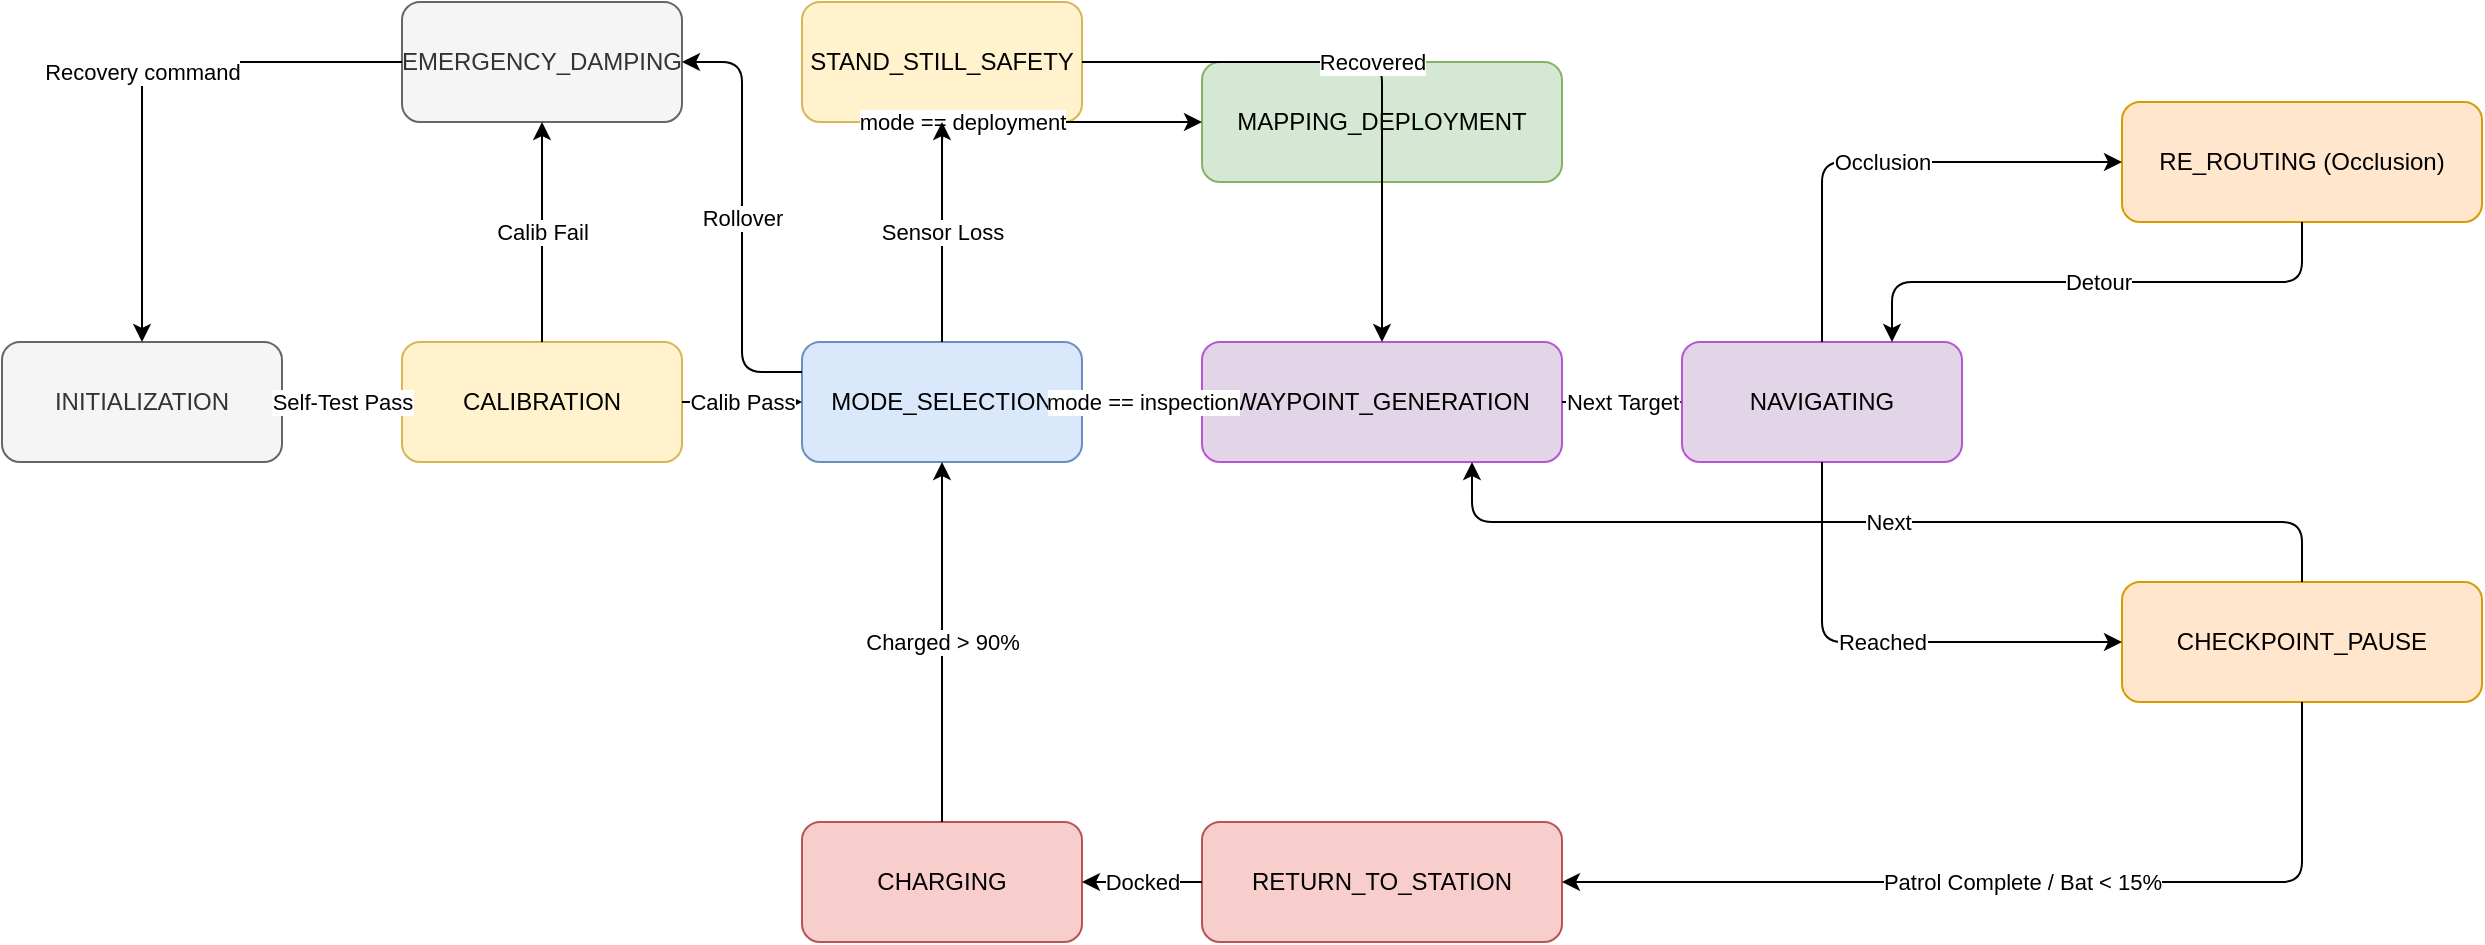
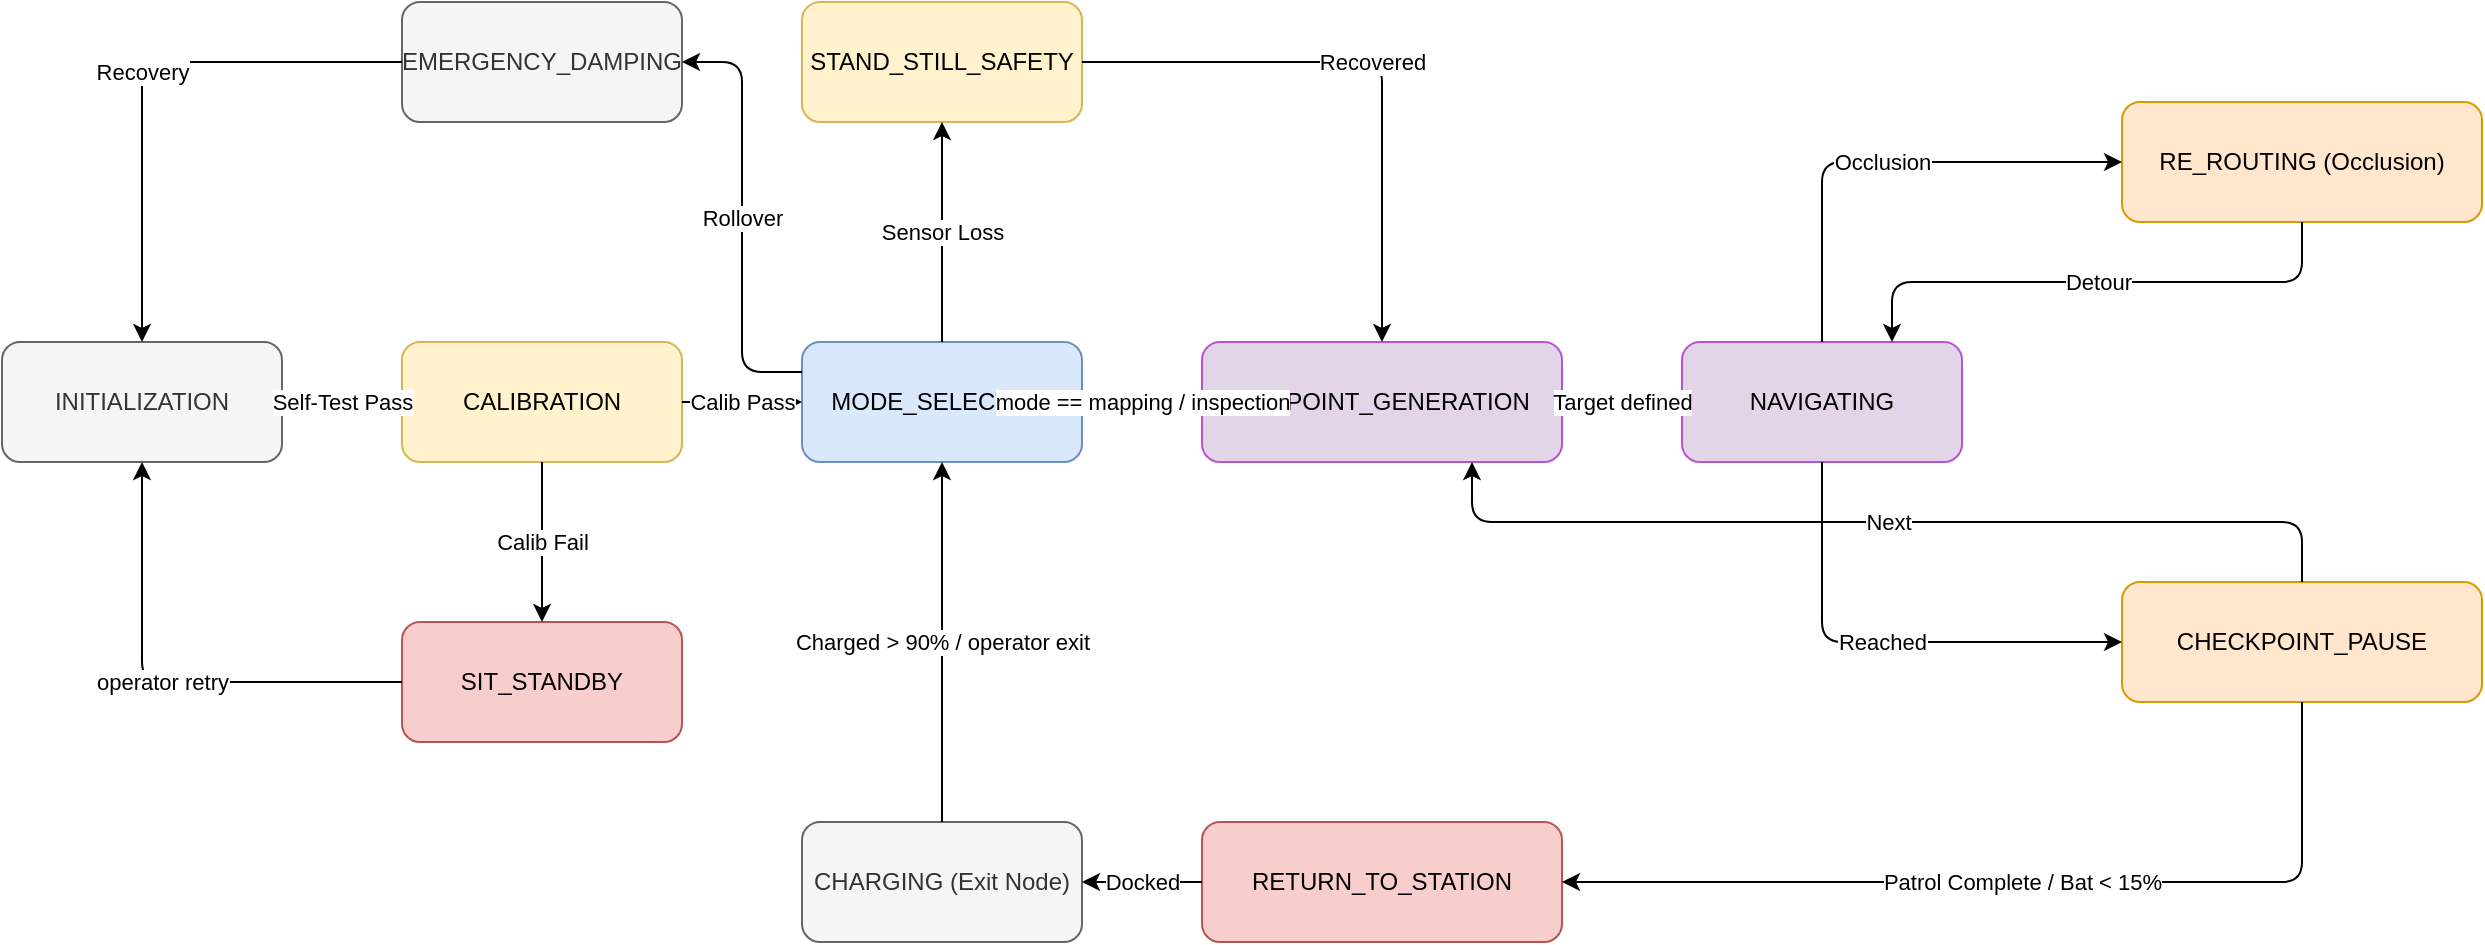
<mxfile host="65bd71144e">
    <diagram id="state-machine" name="Go2 State Machine">
        <mxGraphModel dx="1200" dy="1200" grid="1" gridSize="10" guides="1" tooltips="1" connect="1" arrows="1" fold="1" page="1" pageScale="1" pageWidth="1200" pageHeight="800" math="0" shadow="0">
            <root>
                <mxCell id="0"/>
                <mxCell id="1" parent="0"/>

                <!-- States -->
                <mxCell id="init" value="INITIALIZATION" style="rounded=1;whiteSpace=wrap;html=1;fillColor=#f5f5f5;fontColor=#333333;strokeColor=#666666;" vertex="1" parent="1">
                    <mxGeometry x="40" y="200" width="140" height="60" as="geometry"/>
                </mxCell>
                <mxCell id="calibration" value="CALIBRATION" style="rounded=1;whiteSpace=wrap;html=1;fillColor=#fff2cc;strokeColor=#d6b656;" vertex="1" parent="1">
                    <mxGeometry x="240" y="200" width="140" height="60" as="geometry"/>
                </mxCell>
+                 <mxCell id="sit-standby" value="SIT_STANDBY" style="rounded=1;whiteSpace=wrap;html=1;fillColor=#f8cecc;strokeColor=#b85454;" vertex="1" parent="1">
+                     <mxGeometry x="240" y="340" width="140" height="60" as="geometry"/>
+                 </mxCell>
                <mxCell id="selection" value="MODE_SELECTION" style="rounded=1;whiteSpace=wrap;html=1;fillColor=#dae8fc;strokeColor=#6c8ebf;" vertex="1" parent="1">
                    <mxGeometry x="440" y="200" width="140" height="60" as="geometry"/>
-                 </mxCell>
-                 <mxCell id="mapping" value="MAPPING_DEPLOYMENT" style="rounded=1;whiteSpace=wrap;html=1;fillColor=#d5e8d4;strokeColor=#82b366;" vertex="1" parent="1">
-                     <mxGeometry x="640" y="60" width="180" height="60" as="geometry"/>
                </mxCell>
                <mxCell id="waypoint-gen" value="WAYPOINT_GENERATION" style="rounded=1;whiteSpace=wrap;html=1;fillColor=#e1d5e7;strokeColor=#b854d4;" vertex="1" parent="1">
                    <mxGeometry x="640" y="200" width="180" height="60" as="geometry"/>
                </mxCell>
                <mxCell id="navigating" value="NAVIGATING" style="rounded=1;whiteSpace=wrap;html=1;fillColor=#e1d5e7;strokeColor=#b854d4;" vertex="1" parent="1">
                    <mxGeometry x="880" y="200" width="140" height="60" as="geometry"/>
                </mxCell>
                <mxCell id="rerouting" value="RE_ROUTING (Occlusion)" style="rounded=1;whiteSpace=wrap;html=1;fillColor=#ffe6cc;strokeColor=#d79b00;" vertex="1" parent="1">
                    <mxGeometry x="1100" y="80" width="180" height="60" as="geometry"/>
                </mxCell>
                <mxCell id="pause" value="CHECKPOINT_PAUSE" style="rounded=1;whiteSpace=wrap;html=1;fillColor=#ffe6cc;strokeColor=#d79b00;" vertex="1" parent="1">
                    <mxGeometry x="1100" y="320" width="180" height="60" as="geometry"/>
                </mxCell>
                <mxCell id="return" value="RETURN_TO_STATION" style="rounded=1;whiteSpace=wrap;html=1;fillColor=#f8cecc;strokeColor=#b85454;" vertex="1" parent="1">
                    <mxGeometry x="640" y="440" width="180" height="60" as="geometry"/>
                </mxCell>
-                 <mxCell id="charging" value="CHARGING" style="rounded=1;whiteSpace=wrap;html=1;fillColor=#f8cecc;strokeColor=#b85454;" vertex="1" parent="1">
+                 <mxCell id="charging" value="CHARGING (Exit Node)" style="rounded=1;whiteSpace=wrap;html=1;fillColor=#f5f5f5;fontColor=#333333;strokeColor=#666666;" vertex="1" parent="1">
                    <mxGeometry x="440" y="440" width="140" height="60" as="geometry"/>
                </mxCell>
                <mxCell id="stand-still" value="STAND_STILL_SAFETY" style="rounded=1;whiteSpace=wrap;html=1;fillColor=#fff2cc;strokeColor=#d6b656;" vertex="1" parent="1">
                    <mxGeometry x="440" y="30" width="140" height="60" as="geometry"/>
                </mxCell>
                <mxCell id="damping" value="EMERGENCY_DAMPING" style="rounded=1;whiteSpace=wrap;html=1;fillColor=#f5f5f5;fontColor=#333333;strokeColor=#666666;" vertex="1" parent="1">
                    <mxGeometry x="240" y="30" width="140" height="60" as="geometry"/>
                </mxCell>

                <!-- Edges -->
                <mxCell id="e1" value="Self-Test Pass" style="edgeStyle=orthogonalEdgeStyle;rounded=1;orthogonalLoop=1;jettySize=auto;html=1;exitX=1;exitY=0.5;exitDx=0;exitDy=0;entryX=0;entryY=0.5;entryDx=0;entryDy=0;" edge="1" parent="1" source="init" target="calibration">
                    <mxGeometry relative="1" as="geometry"/>
                </mxCell>
                <mxCell id="e2" value="Calib Pass" style="edgeStyle=orthogonalEdgeStyle;rounded=1;orthogonalLoop=1;jettySize=auto;html=1;exitX=1;exitY=0.5;exitDx=0;exitDy=0;entryX=0;entryY=0.5;entryDx=0;entryDy=0;" edge="1" parent="1" source="calibration" target="selection">
                    <mxGeometry relative="1" as="geometry"/>
                </mxCell>
-                 <mxCell id="e3" value="mode == deployment" style="edgeStyle=orthogonalEdgeStyle;rounded=1;orthogonalLoop=1;jettySize=auto;html=1;exitX=0.5;exitY=0;exitDx=0;exitDy=0;entryX=0;entryY=0.5;entryDx=0;entryDy=0;" edge="1" parent="1" source="selection" target="mapping">
+                 <mxCell id="e2-fail" value="Calib Fail" style="edgeStyle=orthogonalEdgeStyle;rounded=1;orthogonalLoop=1;jettySize=auto;html=1;exitX=0.5;exitY=1;exitDx=0;exitDy=0;entryX=0.5;entryY=0;entryDx=0;entryDy=0;" edge="1" parent="1" source="calibration" target="sit-standby">
                    <mxGeometry relative="1" as="geometry"/>
                </mxCell>
-                 <mxCell id="e4" value="mode == inspection" style="edgeStyle=orthogonalEdgeStyle;rounded=1;orthogonalLoop=1;jettySize=auto;html=1;exitX=1;exitY=0.5;exitDx=0;exitDy=0;entryX=0;entryY=0.5;entryDx=0;entryDy=0;" edge="1" parent="1" source="selection" target="waypoint-gen">
+                 <mxCell id="e2-retry" value="operator retry" style="edgeStyle=orthogonalEdgeStyle;rounded=1;orthogonalLoop=1;jettySize=auto;html=1;exitX=0;exitY=0.5;exitDx=0;exitDy=0;entryX=0.5;entryY=1;entryDx=0;entryDy=0;" edge="1" parent="1" source="sit-standby" target="init">
                    <mxGeometry relative="1" as="geometry"/>
                </mxCell>
-                 <mxCell id="e5" value="Next Target" style="edgeStyle=orthogonalEdgeStyle;rounded=1;orthogonalLoop=1;jettySize=auto;html=1;exitX=1;exitY=0.5;exitDx=0;exitDy=0;entryX=0;entryY=0.5;entryDx=0;entryDy=0;" edge="1" parent="1" source="waypoint-gen" target="navigating">
+                 <mxCell id="e3" value="mode == mapping / inspection" style="edgeStyle=orthogonalEdgeStyle;rounded=1;orthogonalLoop=1;jettySize=auto;html=1;exitX=1;exitY=0.5;exitDx=0;exitDy=0;entryX=0;entryY=0.5;entryDx=0;entryDy=0;" edge="1" parent="1" source="selection" target="waypoint-gen">
+                     <mxGeometry relative="1" as="geometry"/>
+                 </mxCell>
+                 <mxCell id="e5" value="Target defined" style="edgeStyle=orthogonalEdgeStyle;rounded=1;orthogonalLoop=1;jettySize=auto;html=1;exitX=1;exitY=0.5;exitDx=0;exitDy=0;entryX=0;entryY=0.5;entryDx=0;entryDy=0;" edge="1" parent="1" source="waypoint-gen" target="navigating">
                    <mxGeometry relative="1" as="geometry"/>
                </mxCell>
                <mxCell id="e6" value="Occlusion" style="edgeStyle=orthogonalEdgeStyle;rounded=1;orthogonalLoop=1;jettySize=auto;html=1;exitX=0.5;exitY=0;exitDx=0;exitDy=0;entryX=0;entryY=0.5;entryDx=0;entryDy=0;" edge="1" parent="1" source="navigating" target="rerouting">
                    <mxGeometry relative="1" as="geometry"/>
                </mxCell>
                <mxCell id="e7" value="Detour" style="edgeStyle=orthogonalEdgeStyle;rounded=1;orthogonalLoop=1;jettySize=auto;html=1;exitX=0.5;exitY=1;exitDx=0;exitDy=0;entryX=0.75;entryY=0;entryDx=0;entryDy=0;" edge="1" parent="1" source="rerouting" target="navigating">
                    <mxGeometry relative="1" as="geometry"/>
                </mxCell>
                <mxCell id="e8" value="Reached" style="edgeStyle=orthogonalEdgeStyle;rounded=1;orthogonalLoop=1;jettySize=auto;html=1;exitX=0.5;exitY=1;exitDx=0;exitDy=0;entryX=0;entryY=0.5;entryDx=0;entryDy=0;" edge="1" parent="1" source="navigating" target="pause">
                    <mxGeometry relative="1" as="geometry"/>
                </mxCell>
                <mxCell id="e9" value="Next" style="edgeStyle=orthogonalEdgeStyle;rounded=1;orthogonalLoop=1;jettySize=auto;html=1;exitX=0.5;exitY=0;exitDx=0;exitDy=0;entryX=0.75;entryY=1;entryDx=0;entryDy=0;" edge="1" parent="1" source="pause" target="waypoint-gen">
                    <mxGeometry relative="1" as="geometry"/>
                </mxCell>
                <mxCell id="e10" value="Patrol Complete / Bat &lt; 15%" style="edgeStyle=orthogonalEdgeStyle;rounded=1;orthogonalLoop=1;jettySize=auto;html=1;exitX=0.5;exitY=1;exitDx=0;exitDy=0;entryX=1;entryY=0.5;entryDx=0;entryDy=0;" edge="1" parent="1" source="pause" target="return">
                    <mxGeometry relative="1" as="geometry"/>
                </mxCell>
                <mxCell id="e11" value="Docked" style="edgeStyle=orthogonalEdgeStyle;rounded=1;orthogonalLoop=1;jettySize=auto;html=1;exitX=0;exitY=0.5;exitDx=0;exitDy=0;entryX=1;entryY=0.5;entryDx=0;entryDy=0;" edge="1" parent="1" source="return" target="charging">
                    <mxGeometry relative="1" as="geometry"/>
                </mxCell>
-                 <mxCell id="e12" value="Charged &gt; 90%" style="edgeStyle=orthogonalEdgeStyle;rounded=1;orthogonalLoop=1;jettySize=auto;html=1;exitX=0.5;exitY=0;exitDx=0;exitDy=0;entryX=0.5;entryY=1;entryDx=0;entryDy=0;" edge="1" parent="1" source="charging" target="selection">
+                 <mxCell id="e12" value="Charged &gt; 90% / operator exit" style="edgeStyle=orthogonalEdgeStyle;rounded=1;orthogonalLoop=1;jettySize=auto;html=1;exitX=0.5;exitY=0;exitDx=0;exitDy=0;entryX=0.5;entryY=1;entryDx=0;entryDy=0;" edge="1" parent="1" source="charging" target="selection">
                    <mxGeometry relative="1" as="geometry"/>
                </mxCell>
                <mxCell id="e13" value="Sensor Loss" style="edgeStyle=orthogonalEdgeStyle;rounded=1;orthogonalLoop=1;jettySize=auto;html=1;exitX=0.5;exitY=0;exitDx=0;exitDy=0;entryX=0.5;entryY=1;entryDx=0;entryDy=0;" edge="1" parent="1" source="selection" target="stand-still">
                    <mxGeometry relative="1" as="geometry"/>
                </mxCell>
                <mxCell id="e14" value="Recovered" style="edgeStyle=orthogonalEdgeStyle;rounded=1;orthogonalLoop=1;jettySize=auto;html=1;exitX=1;exitY=0.5;exitDx=0;exitDy=0;entryX=0.5;entryY=0;entryDx=0;entryDy=0;" edge="1" parent="1" source="stand-still" target="waypoint-gen">
                    <mxGeometry relative="1" as="geometry"/>
                </mxCell>
                <mxCell id="e15" value="Rollover" style="edgeStyle=orthogonalEdgeStyle;rounded=1;orthogonalLoop=1;jettySize=auto;html=1;exitX=0;exitY=0.25;exitDx=0;exitDy=0;entryX=1;entryY=0.5;entryDx=0;entryDy=0;" edge="1" parent="1" source="selection" target="damping">
                    <mxGeometry relative="1" as="geometry"/>
                </mxCell>
-                 <mxCell id="e16" value="Calib Fail" style="edgeStyle=orthogonalEdgeStyle;rounded=1;orthogonalLoop=1;jettySize=auto;html=1;exitX=0.5;exitY=0;exitDx=0;exitDy=0;entryX=0.5;entryY=1;entryDx=0;entryDy=0;" edge="1" parent="1" source="calibration" target="damping">
-                     <mxGeometry relative="1" as="geometry"/>
-                 </mxCell>
-                 <mxCell id="e17" value="Recovery command" style="edgeStyle=orthogonalEdgeStyle;rounded=1;orthogonalLoop=1;jettySize=auto;html=1;exitX=0;exitY=0.5;exitDx=0;exitDy=0;entryX=0.5;entryY=0;entryDx=0;entryDy=0;" edge="1" parent="1" source="damping" target="init">
+                 <mxCell id="e17" value="Recovery" style="edgeStyle=orthogonalEdgeStyle;rounded=1;orthogonalLoop=1;jettySize=auto;html=1;exitX=0;exitY=0.5;exitDx=0;exitDy=0;entryX=0.5;entryY=0;entryDx=0;entryDy=0;" edge="1" parent="1" source="damping" target="init">
                    <mxGeometry relative="1" as="geometry"/>
                </mxCell>
            </root>
        </mxGraphModel>
    </diagram>
</mxfile>